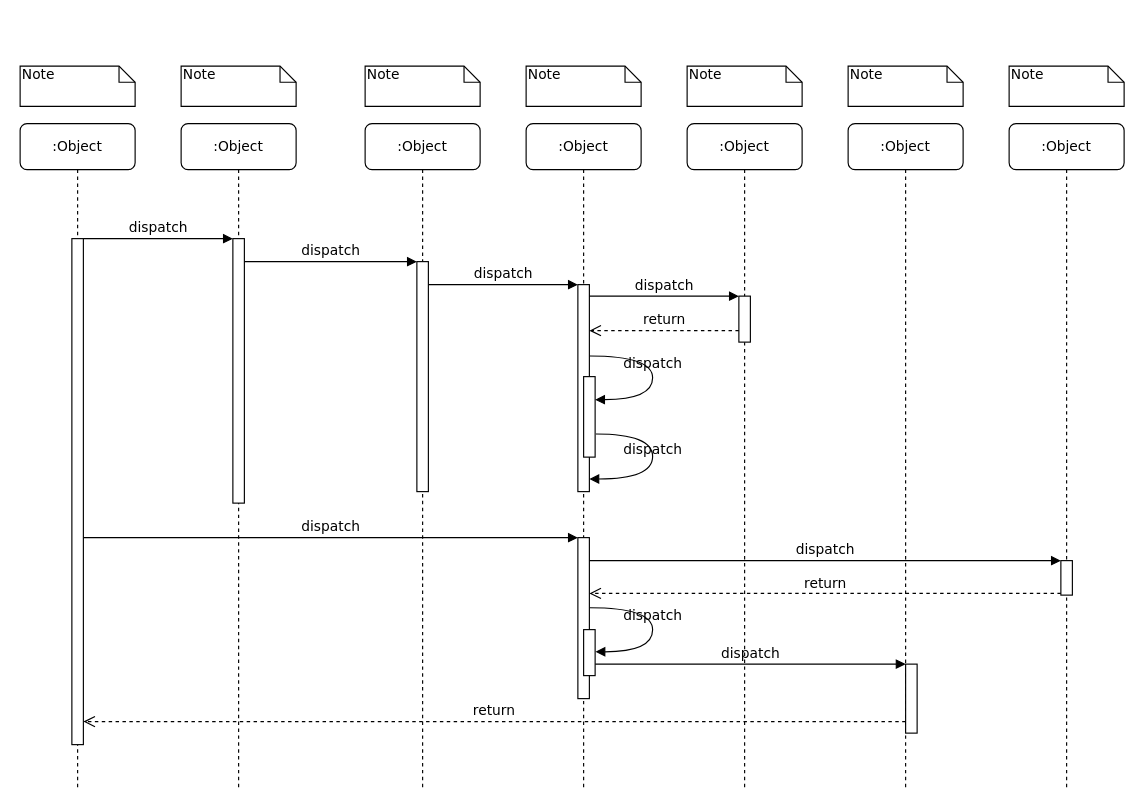
Before: Untitled Diagram.drawio in alenQingshan/FMDBDemo, a draw.io diagram. Source tidied: cells renumbered, new cells numbered last; positions are measured from the earlier drawing's top-left corner, leaving out a move shared by most shapes. Both pictures are drawn from the tidied source at 115%, with x=0, y=0 at pixel (20, 66).
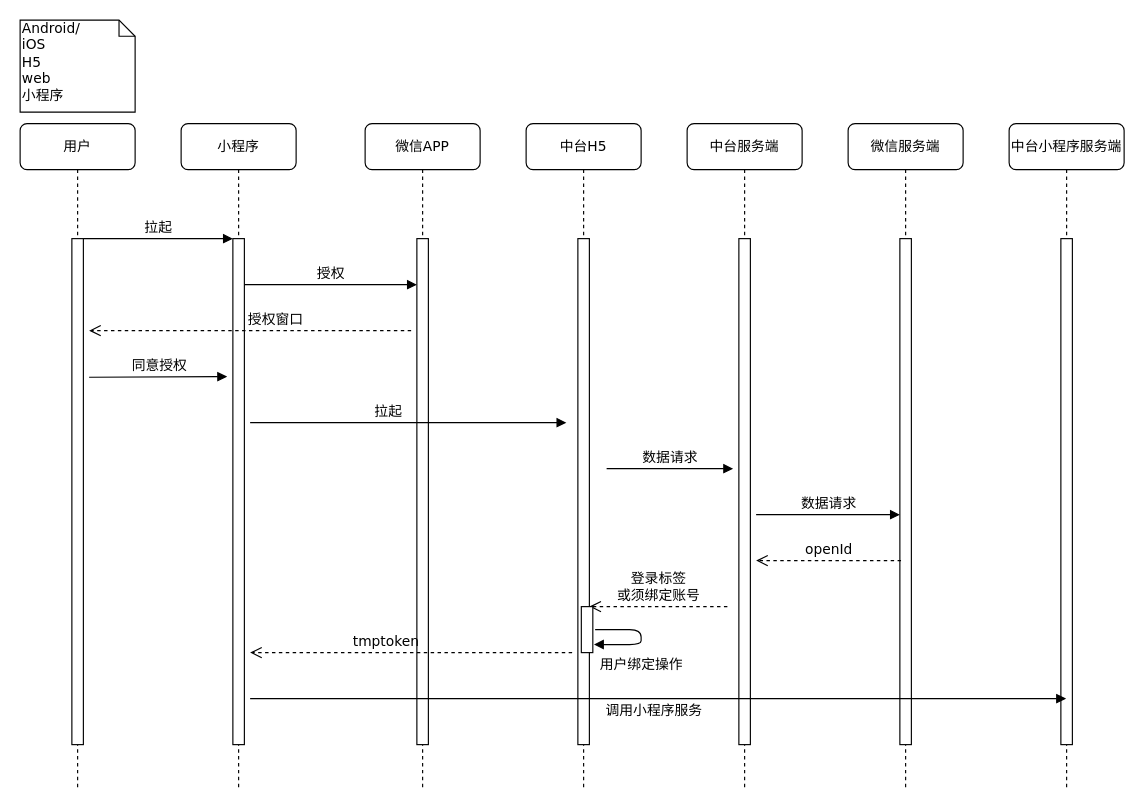
Above is the later version.

The change refers to these unchanged cells:
```xml
<mxCell id="11" style="html=1;points=[];perimeter=orthogonalPerimeter;rounded=0;shadow=0;comic=0;labelBackgroundColor=none;strokeWidth=1;fontFamily=Verdana;fontSize=12;align=center;" parent="10" vertex="1">
  <mxGeometry x="45" y="100" width="10" height="440" as="geometry" />
</mxCell>
```

Diff of the diagram source:
```diff
@@
-    <mxCell id="2" value=":Object" style="shape=umlLifeline;perimeter=lifelinePerimeter;whiteSpace=wrap;html=1;outlineConnect=0;rounded=1;shadow=0;comic=0;labelBackgroundColor=none;strokeWidth=1;fontFamily=Verdana;fontSize=12;align=center;" parent="1" vertex="1">
+    <mxCell id="2" value="小程序" style="shape=umlLifeline;perimeter=lifelinePerimeter;whiteSpace=wrap;html=1;outlineConnect=0;rounded=1;shadow=0;comic=0;labelBackgroundColor=none;strokeWidth=1;fontFamily=Verdana;fontSize=12;align=center;" parent="1" vertex="1">
       <mxGeometry x="140" y="50" width="100" height="580" as="geometry" />
     </mxCell>
+    <mxCell id="39" style="edgeStyle=orthogonalEdgeStyle;rounded=0;jettySize=auto;html=1;" parent="2" edge="1" source="3" target="2">
+      <mxGeometry relative="1" as="geometry">
+        <Array as="points">
+          <mxPoint x="50" y="390" />
+          <mxPoint x="50" y="390" />
+        </Array>
+      </mxGeometry>
+    </mxCell>
     <mxCell id="3" style="html=1;points=[];perimeter=orthogonalPerimeter;rounded=0;shadow=0;comic=0;labelBackgroundColor=none;strokeWidth=1;fontFamily=Verdana;fontSize=12;align=center;" parent="2" vertex="1">
-      <mxGeometry x="45" y="100" width="10" height="230" as="geometry" />
+      <mxGeometry x="45" y="100" width="10" height="440" as="geometry" />
     </mxCell>
-    <mxCell id="4" value=":Object" style="shape=umlLifeline;perimeter=lifelinePerimeter;whiteSpace=wrap;html=1;rounded=1;shadow=0;comic=0;labelBackgroundColor=none;strokeWidth=1;fontFamily=Verdana;fontSize=12;align=center;" parent="1" vertex="1">
+    <mxCell id="4" value="微信APP" style="shape=umlLifeline;perimeter=lifelinePerimeter;whiteSpace=wrap;html=1;rounded=1;shadow=0;comic=0;labelBackgroundColor=none;strokeWidth=1;fontFamily=Verdana;fontSize=12;align=center;" parent="1" vertex="1">
       <mxGeometry x="300" y="50" width="100" height="580" as="geometry" />
     </mxCell>
     <mxCell id="5" style="html=1;points=[];perimeter=orthogonalPerimeter;rounded=0;shadow=0;comic=0;labelBackgroundColor=none;strokeWidth=1;fontFamily=Verdana;fontSize=12;align=center;" parent="4" vertex="1">
-      <mxGeometry x="45" y="120" width="10" height="200" as="geometry" />
+      <mxGeometry x="45" y="100" width="10" height="440" as="geometry" />
     </mxCell>
-    <mxCell id="6" value=":Object" style="shape=umlLifeline;perimeter=lifelinePerimeter;whiteSpace=wrap;html=1;rounded=1;shadow=0;comic=0;labelBackgroundColor=none;strokeWidth=1;fontFamily=Verdana;fontSize=12;align=center;" parent="1" vertex="1">
+    <mxCell id="6" value="中台H5" style="shape=umlLifeline;perimeter=lifelinePerimeter;whiteSpace=wrap;html=1;rounded=1;shadow=0;comic=0;labelBackgroundColor=none;strokeWidth=1;fontFamily=Verdana;fontSize=12;align=center;" parent="1" vertex="1">
       <mxGeometry x="440" y="50" width="100" height="580" as="geometry" />
     </mxCell>
-    <mxCell id="7" value=":Object" style="shape=umlLifeline;perimeter=lifelinePerimeter;whiteSpace=wrap;html=1;rounded=1;shadow=0;comic=0;labelBackgroundColor=none;strokeWidth=1;fontFamily=Verdana;fontSize=12;align=center;" parent="1" vertex="1">
+    <mxCell id="7" value="中台服务端" style="shape=umlLifeline;perimeter=lifelinePerimeter;whiteSpace=wrap;html=1;rounded=1;shadow=0;comic=0;labelBackgroundColor=none;strokeWidth=1;fontFamily=Verdana;fontSize=12;align=center;" parent="1" vertex="1">
       <mxGeometry x="580" y="50" width="100" height="580" as="geometry" />
     </mxCell>
+    <mxCell id="14" style="html=1;points=[];perimeter=orthogonalPerimeter;rounded=0;shadow=0;comic=0;labelBackgroundColor=none;strokeWidth=1;fontFamily=Verdana;fontSize=12;align=center;" parent="7" vertex="1">
+      <mxGeometry x="45" y="100" width="10" height="440" as="geometry" />
+    </mxCell>
-    <mxCell id="8" value=":Object" style="shape=umlLifeline;perimeter=lifelinePerimeter;whiteSpace=wrap;html=1;rounded=1;shadow=0;comic=0;labelBackgroundColor=none;strokeWidth=1;fontFamily=Verdana;fontSize=12;align=center;" parent="1" vertex="1">
+    <mxCell id="8" value="微信服务端" style="shape=umlLifeline;perimeter=lifelinePerimeter;whiteSpace=wrap;html=1;rounded=1;shadow=0;comic=0;labelBackgroundColor=none;strokeWidth=1;fontFamily=Verdana;fontSize=12;align=center;" parent="1" vertex="1">
       <mxGeometry x="720" y="50" width="100" height="580" as="geometry" />
     </mxCell>
+    <mxCell id="40" style="html=1;perimeter=orthogonalPerimeter;rounded=0;shadow=0;comic=0;labelBackgroundColor=none;strokeWidth=1;fontFamily=Verdana;fontSize=12;align=center;" parent="8" vertex="1">
+      <mxGeometry x="45" y="100" width="10" height="440" as="geometry" />
+    </mxCell>
-    <mxCell id="9" value=":Object" style="shape=umlLifeline;perimeter=lifelinePerimeter;whiteSpace=wrap;html=1;outlineConnect=0;rounded=1;shadow=0;comic=0;labelBackgroundColor=none;strokeWidth=1;fontFamily=Verdana;fontSize=12;align=center;" parent="1" vertex="1">
+    <mxCell id="9" value="中台小程序服务端" style="shape=umlLifeline;perimeter=lifelinePerimeter;whiteSpace=wrap;html=1;outlineConnect=0;rounded=1;shadow=0;comic=0;labelBackgroundColor=none;strokeWidth=1;fontFamily=Verdana;fontSize=12;align=center;" parent="1" vertex="1">
       <mxGeometry x="860" y="50" width="100" height="580" as="geometry" />
     </mxCell>
+    <mxCell id="41" style="html=1;perimeter=orthogonalPerimeter;rounded=0;shadow=0;comic=0;labelBackgroundColor=none;strokeWidth=1;fontFamily=Verdana;fontSize=12;align=center;" parent="9" vertex="1">
+      <mxGeometry x="45" y="100" width="10" height="440" as="geometry" />
+    </mxCell>
-    <mxCell id="10" value=":Object" style="shape=umlLifeline;perimeter=lifelinePerimeter;whiteSpace=wrap;html=1;rounded=1;shadow=0;comic=0;labelBackgroundColor=none;strokeWidth=1;fontFamily=Verdana;fontSize=12;align=center;" parent="1" vertex="1">
+    <mxCell id="10" value="用户" style="shape=umlLifeline;perimeter=lifelinePerimeter;whiteSpace=wrap;html=1;rounded=1;shadow=0;comic=0;labelBackgroundColor=none;strokeWidth=1;fontFamily=Verdana;fontSize=12;align=center;" parent="1" vertex="1">
       <mxGeometry y="50" width="100" height="580" as="geometry" />
     </mxCell>
@@
     <mxCell id="12" style="html=1;points=[];perimeter=orthogonalPerimeter;rounded=0;shadow=0;comic=0;labelBackgroundColor=none;strokeWidth=1;fontFamily=Verdana;fontSize=12;align=center;" parent="1" vertex="1">
-      <mxGeometry x="485" y="190" width="10" height="180" as="geometry" />
+      <mxGeometry x="485" y="150" width="10" height="440" as="geometry" />
     </mxCell>
-    <mxCell id="13" value="dispatch" style="html=1;verticalAlign=bottom;endArrow=block;labelBackgroundColor=none;fontFamily=Verdana;fontSize=12;edgeStyle=elbowEdgeStyle;elbow=vertical;" parent="1" edge="1" source="5" target="12">
-      <mxGeometry relative="1" as="geometry">
-        <Array as="points">
-          <mxPoint x="360" y="190" />
-        </Array>
-      </mxGeometry>
-    </mxCell>
-    <mxCell id="14" style="html=1;points=[];perimeter=orthogonalPerimeter;rounded=0;shadow=0;comic=0;labelBackgroundColor=none;strokeWidth=1;fontFamily=Verdana;fontSize=12;align=center;" parent="1" vertex="1">
-      <mxGeometry x="625" y="200" width="10" height="40" as="geometry" />
-    </mxCell>
-    <mxCell id="15" value="dispatch" style="html=1;verticalAlign=bottom;endArrow=block;entryX=0;entryY=0;labelBackgroundColor=none;fontFamily=Verdana;fontSize=12;edgeStyle=elbowEdgeStyle;elbow=vertical;" parent="1" edge="1" source="12" target="14">
-      <mxGeometry relative="1" as="geometry" />
-    </mxCell>
-    <mxCell id="16" value="return" style="html=1;verticalAlign=bottom;endArrow=open;dashed=1;endSize=8;labelBackgroundColor=none;fontFamily=Verdana;fontSize=12;edgeStyle=elbowEdgeStyle;elbow=vertical;" parent="1" edge="1" source="14" target="12">
-      <mxGeometry relative="1" as="geometry">
-        <Array as="points">
-          <mxPoint x="570" y="230" />
-          <mxPoint x="600" y="230" />
-        </Array>
-      </mxGeometry>
-    </mxCell>
-    <mxCell id="17" style="html=1;points=[];perimeter=orthogonalPerimeter;rounded=0;shadow=0;comic=0;labelBackgroundColor=none;strokeWidth=1;fontFamily=Verdana;fontSize=12;align=center;" parent="1" vertex="1">
-      <mxGeometry x="485" y="410" width="10" height="140" as="geometry" />
-    </mxCell>
-    <mxCell id="18" value="dispatch" style="html=1;verticalAlign=bottom;endArrow=block;entryX=0;entryY=0;labelBackgroundColor=none;fontFamily=Verdana;fontSize=12;" parent="1" edge="1" source="11" target="17">
-      <mxGeometry relative="1" as="geometry" />
-    </mxCell>
-    <mxCell id="19" style="html=1;points=[];perimeter=orthogonalPerimeter;rounded=0;shadow=0;comic=0;labelBackgroundColor=none;strokeColor=#000000;strokeWidth=1;fillColor=#FFFFFF;fontFamily=Verdana;fontSize=12;fontColor=#000000;align=center;" parent="1" vertex="1">
-      <mxGeometry x="905" y="430" width="10" height="30" as="geometry" />
-    </mxCell>
-    <mxCell id="20" value="dispatch" style="html=1;verticalAlign=bottom;endArrow=block;entryX=0;entryY=0;labelBackgroundColor=none;fontFamily=Verdana;fontSize=12;" parent="1" edge="1" source="17" target="19">
-      <mxGeometry relative="1" as="geometry" />
-    </mxCell>
-    <mxCell id="21" value="return" style="html=1;verticalAlign=bottom;endArrow=open;dashed=1;endSize=8;exitX=0;exitY=0.95;labelBackgroundColor=none;fontFamily=Verdana;fontSize=12;" parent="1" edge="1" source="19" target="17">
-      <mxGeometry relative="1" as="geometry" />
-    </mxCell>
-    <mxCell id="22" style="html=1;points=[];perimeter=orthogonalPerimeter;rounded=0;shadow=0;comic=0;labelBackgroundColor=none;strokeWidth=1;fontFamily=Verdana;fontSize=12;align=center;" parent="1" vertex="1">
-      <mxGeometry x="770" y="520" width="10" height="60" as="geometry" />
-    </mxCell>
-    <mxCell id="23" value="dispatch" style="html=1;verticalAlign=bottom;endArrow=block;entryX=0;entryY=0;labelBackgroundColor=none;fontFamily=Verdana;fontSize=12;edgeStyle=elbowEdgeStyle;elbow=vertical;" parent="1" edge="1" source="30" target="22">
-      <mxGeometry relative="1" as="geometry" />
-    </mxCell>
-    <mxCell id="24" value="return" style="html=1;verticalAlign=bottom;endArrow=open;dashed=1;endSize=8;labelBackgroundColor=none;fontFamily=Verdana;fontSize=12;edgeStyle=elbowEdgeStyle;elbow=vertical;" parent="1" edge="1" source="22" target="11">
-      <mxGeometry relative="1" as="geometry">
-        <Array as="points">
-          <mxPoint x="470" y="570" />
-        </Array>
-      </mxGeometry>
-    </mxCell>
-    <mxCell id="25" value="dispatch" style="html=1;verticalAlign=bottom;endArrow=block;entryX=0;entryY=0;labelBackgroundColor=none;fontFamily=Verdana;fontSize=12;edgeStyle=elbowEdgeStyle;elbow=vertical;" parent="1" edge="1" source="11" target="3">
+    <mxCell id="25" value="拉起" style="html=1;verticalAlign=bottom;endArrow=block;entryX=0;entryY=0;labelBackgroundColor=none;fontFamily=Verdana;fontSize=12;edgeStyle=elbowEdgeStyle;elbow=vertical;" parent="1" edge="1" source="11" target="3">
       <mxGeometry relative="1" as="geometry" />
     </mxCell>
-    <mxCell id="26" value="dispatch" style="html=1;verticalAlign=bottom;endArrow=block;entryX=0;entryY=0;labelBackgroundColor=none;fontFamily=Verdana;fontSize=12;edgeStyle=elbowEdgeStyle;elbow=vertical;" parent="1" edge="1" source="3" target="5">
-      <mxGeometry relative="1" as="geometry" />
+    <mxCell id="26" value="授权" style="html=1;verticalAlign=bottom;endArrow=block;labelBackgroundColor=none;fontFamily=Verdana;fontSize=12;edgeStyle=elbowEdgeStyle;elbow=vertical;" parent="1" edge="1" source="3">
+      <mxGeometry relative="1" as="geometry">
+        <mxPoint x="345" y="190" as="targetPoint" />
+        <Array as="points">
+          <mxPoint x="310" y="190" />
+        </Array>
+      </mxGeometry>
     </mxCell>
-    <mxCell id="27" style="html=1;points=[];perimeter=orthogonalPerimeter;rounded=0;shadow=0;comic=0;labelBackgroundColor=none;strokeWidth=1;fontFamily=Verdana;fontSize=12;align=center;" parent="1" vertex="1">
-      <mxGeometry x="490" y="270" width="10" height="70" as="geometry" />
-    </mxCell>
-    <mxCell id="28" value="dispatch" style="html=1;verticalAlign=bottom;endArrow=block;labelBackgroundColor=none;fontFamily=Verdana;fontSize=12;elbow=vertical;edgeStyle=orthogonalEdgeStyle;curved=1;entryX=1;entryY=0.286;entryPerimeter=0;exitX=1.038;exitY=0.345;exitPerimeter=0;" parent="1" edge="1" source="12" target="27">
-      <mxGeometry relative="1" as="geometry">
-        <Array as="points">
-          <mxPoint x="550" y="252" />
-          <mxPoint x="550" y="290" />
-        </Array>
-      </mxGeometry>
-    </mxCell>
-    <mxCell id="29" value="dispatch" style="html=1;verticalAlign=bottom;endArrow=block;labelBackgroundColor=none;fontFamily=Verdana;fontSize=12;elbow=vertical;edgeStyle=orthogonalEdgeStyle;curved=1;exitX=1.066;exitY=0.713;exitPerimeter=0;" parent="1" edge="1" source="27">
-      <mxGeometry relative="1" as="geometry">
-        <mxPoint x="495" y="359" as="targetPoint" />
-        <Array as="points">
-          <mxPoint x="550" y="320" />
-          <mxPoint x="550" y="359" />
-        </Array>
-      </mxGeometry>
-    </mxCell>
-    <mxCell id="30" style="html=1;points=[];perimeter=orthogonalPerimeter;rounded=0;shadow=0;comic=0;labelBackgroundColor=none;strokeWidth=1;fontFamily=Verdana;fontSize=12;align=center;" parent="1" vertex="1">
-      <mxGeometry x="490" y="490" width="10" height="40" as="geometry" />
-    </mxCell>
-    <mxCell id="31" value="dispatch" style="html=1;verticalAlign=bottom;endArrow=block;labelBackgroundColor=none;fontFamily=Verdana;fontSize=12;elbow=vertical;edgeStyle=orthogonalEdgeStyle;curved=1;entryX=1;entryY=0.286;entryPerimeter=0;exitX=1.038;exitY=0.345;exitPerimeter=0;" parent="1" edge="1">
-      <mxGeometry relative="1" as="geometry">
-        <mxPoint x="495.3" y="471" as="sourcePoint" />
-        <mxPoint x="500.3" y="509.3" as="targetPoint" />
-        <Array as="points">
-          <mxPoint x="550" y="471" />
-          <mxPoint x="550" y="509" />
-        </Array>
-      </mxGeometry>
-    </mxCell>
-    <mxCell id="32" value="Note" style="shape=note;whiteSpace=wrap;html=1;size=14;verticalAlign=top;align=left;spacingTop=-6;rounded=0;shadow=0;comic=0;labelBackgroundColor=none;strokeWidth=1;fontFamily=Verdana;fontSize=12;" parent="1" vertex="1">
-      <mxGeometry width="100" height="35" as="geometry" />
-    </mxCell>
-    <mxCell id="33" value="Note" style="shape=note;whiteSpace=wrap;html=1;size=14;verticalAlign=top;align=left;spacingTop=-6;rounded=0;shadow=0;comic=0;labelBackgroundColor=none;strokeWidth=1;fontFamily=Verdana;fontSize=12;" parent="1" vertex="1">
-      <mxGeometry x="140" width="100" height="35" as="geometry" />
-    </mxCell>
-    <mxCell id="34" value="Note" style="shape=note;whiteSpace=wrap;html=1;size=14;verticalAlign=top;align=left;spacingTop=-6;rounded=0;shadow=0;comic=0;labelBackgroundColor=none;strokeWidth=1;fontFamily=Verdana;fontSize=12;" parent="1" vertex="1">
-      <mxGeometry x="300" width="100" height="35" as="geometry" />
-    </mxCell>
-    <mxCell id="35" value="Note" style="shape=note;whiteSpace=wrap;html=1;size=14;verticalAlign=top;align=left;spacingTop=-6;rounded=0;shadow=0;comic=0;labelBackgroundColor=none;strokeWidth=1;fontFamily=Verdana;fontSize=12;" parent="1" vertex="1">
-      <mxGeometry x="440" width="100" height="35" as="geometry" />
-    </mxCell>
-    <mxCell id="36" value="Note" style="shape=note;whiteSpace=wrap;html=1;size=14;verticalAlign=top;align=left;spacingTop=-6;rounded=0;shadow=0;comic=0;labelBackgroundColor=none;strokeWidth=1;fontFamily=Verdana;fontSize=12;" parent="1" vertex="1">
-      <mxGeometry x="580" width="100" height="35" as="geometry" />
-    </mxCell>
-    <mxCell id="37" value="Note" style="shape=note;whiteSpace=wrap;html=1;size=14;verticalAlign=top;align=left;spacingTop=-6;rounded=0;shadow=0;comic=0;labelBackgroundColor=none;strokeWidth=1;fontFamily=Verdana;fontSize=12;" parent="1" vertex="1">
-      <mxGeometry x="720" width="100" height="35" as="geometry" />
-    </mxCell>
-    <mxCell id="38" value="Note" style="shape=note;whiteSpace=wrap;html=1;size=14;verticalAlign=top;align=left;spacingTop=-6;rounded=0;shadow=0;comic=0;labelBackgroundColor=none;strokeWidth=1;fontFamily=Verdana;fontSize=12;" parent="1" vertex="1">
-      <mxGeometry x="860" width="100" height="35" as="geometry" />
+    <mxCell id="38" value="Android/&lt;br&gt;iOS&lt;br&gt;H5&lt;br&gt;web&lt;br&gt;小程序" style="shape=note;whiteSpace=wrap;html=1;size=14;verticalAlign=top;align=left;spacingTop=-6;rounded=0;shadow=0;comic=0;labelBackgroundColor=none;strokeWidth=1;fontFamily=Verdana;fontSize=12;" parent="1" vertex="1">
+      <mxGeometry y="-40" width="100" height="80" as="geometry" />
     </mxCell>
+    <mxCell id="42" value="授权窗口" style="html=1;verticalAlign=bottom;endArrow=open;dashed=1;endSize=8;labelBackgroundColor=none;fontFamily=Verdana;fontSize=12;edgeStyle=elbowEdgeStyle;elbow=vertical;" parent="1" edge="1">
+      <mxGeometry x="-0.16" relative="1" as="geometry">
+        <mxPoint x="340" y="230" as="sourcePoint" />
+        <mxPoint x="60" y="230" as="targetPoint" />
+        <Array as="points">
+          <mxPoint x="285" y="230" />
+          <mxPoint x="315" y="230" />
+        </Array>
+      </mxGeometry>
+    </mxCell>
+    <mxCell id="43" value="同意授权" style="html=1;verticalAlign=bottom;endArrow=block;labelBackgroundColor=none;fontFamily=Verdana;fontSize=12;edgeStyle=elbowEdgeStyle;elbow=vertical;" parent="1" edge="1">
+      <mxGeometry relative="1" as="geometry">
+        <mxPoint x="60" y="270.5" as="sourcePoint" />
+        <mxPoint x="180" y="270.5" as="targetPoint" />
+        <Array as="points">
+          <mxPoint x="55" y="270" />
+        </Array>
+      </mxGeometry>
+    </mxCell>
+    <mxCell id="44" value="拉起" style="html=1;verticalAlign=bottom;endArrow=block;entryX=0;entryY=0;labelBackgroundColor=none;fontFamily=Verdana;fontSize=12;" parent="1" edge="1">
+      <mxGeometry x="-0.13" relative="1" as="geometry">
+        <mxPoint x="200" y="310" as="sourcePoint" />
+        <mxPoint x="475" y="310" as="targetPoint" />
+      </mxGeometry>
+    </mxCell>
+    <mxCell id="45" value="数据请求" style="html=1;verticalAlign=bottom;endArrow=block;labelBackgroundColor=none;fontFamily=Verdana;fontSize=12;" parent="1" edge="1">
+      <mxGeometry relative="1" as="geometry">
+        <mxPoint x="510" y="350" as="sourcePoint" />
+        <mxPoint x="620" y="350" as="targetPoint" />
+      </mxGeometry>
+    </mxCell>
+    <mxCell id="46" value="数据请求" style="html=1;verticalAlign=bottom;endArrow=block;labelBackgroundColor=none;fontFamily=Verdana;fontSize=12;" parent="1" edge="1">
+      <mxGeometry relative="1" as="geometry">
+        <mxPoint x="640" y="390" as="sourcePoint" />
+        <mxPoint x="765" y="390" as="targetPoint" />
+      </mxGeometry>
+    </mxCell>
+    <mxCell id="47" value="openId" style="html=1;verticalAlign=bottom;endArrow=open;dashed=1;endSize=8;labelBackgroundColor=none;fontFamily=Verdana;fontSize=12;" parent="1" edge="1">
+      <mxGeometry relative="1" as="geometry">
+        <mxPoint x="766" y="430" as="sourcePoint" />
+        <mxPoint x="640" y="430" as="targetPoint" />
+      </mxGeometry>
+    </mxCell>
+    <mxCell id="48" value="登录标签&lt;br&gt;或须绑定账号" style="html=1;verticalAlign=bottom;endArrow=open;dashed=1;endSize=8;exitX=0;exitY=0.95;labelBackgroundColor=none;fontFamily=Verdana;fontSize=12;" parent="1" edge="1">
+      <mxGeometry relative="1" as="geometry">
+        <mxPoint x="615" y="470" as="sourcePoint" />
+        <mxPoint x="495" y="470" as="targetPoint" />
+      </mxGeometry>
+    </mxCell>
+    <mxCell id="49" style="html=1;points=[];perimeter=orthogonalPerimeter;rounded=0;shadow=0;comic=0;labelBackgroundColor=none;strokeWidth=1;fontFamily=Verdana;fontSize=12;align=center;" parent="1" vertex="1">
+      <mxGeometry x="488" y="470" width="10" height="40" as="geometry" />
+    </mxCell>
+    <mxCell id="50" value="用户绑定操作" style="html=1;verticalAlign=bottom;endArrow=block;labelBackgroundColor=none;fontFamily=Verdana;fontSize=12;entryX=1.1;entryY=0.825;entryDx=0;entryDy=0;entryPerimeter=0;" parent="1" edge="1" target="49">
+      <mxGeometry x="0.13" y="27" relative="1" as="geometry">
+        <mxPoint x="500" y="490" as="sourcePoint" />
+        <Array as="points">
+          <mxPoint x="540" y="490" />
+          <mxPoint x="540" y="503" />
+        </Array>
+      </mxGeometry>
+    </mxCell>
+    <mxCell id="51" value="tmptoken" style="html=1;verticalAlign=bottom;endArrow=open;dashed=1;endSize=8;labelBackgroundColor=none;fontFamily=Verdana;fontSize=12;" parent="1" edge="1">
+      <mxGeometry x="0.16" relative="1" as="geometry">
+        <mxPoint x="480" y="510" as="sourcePoint" />
+        <mxPoint x="200" y="510" as="targetPoint" />
+      </mxGeometry>
+    </mxCell>
+    <mxCell id="52" value="调用小程序服务" style="html=1;verticalAlign=bottom;endArrow=block;labelBackgroundColor=none;fontFamily=Verdana;fontSize=12;" parent="1" edge="1" target="9">
+      <mxGeometry x="-0.01" y="-20" relative="1" as="geometry">
+        <mxPoint x="200" y="550" as="sourcePoint" />
+      </mxGeometry>
+    </mxCell>
```
